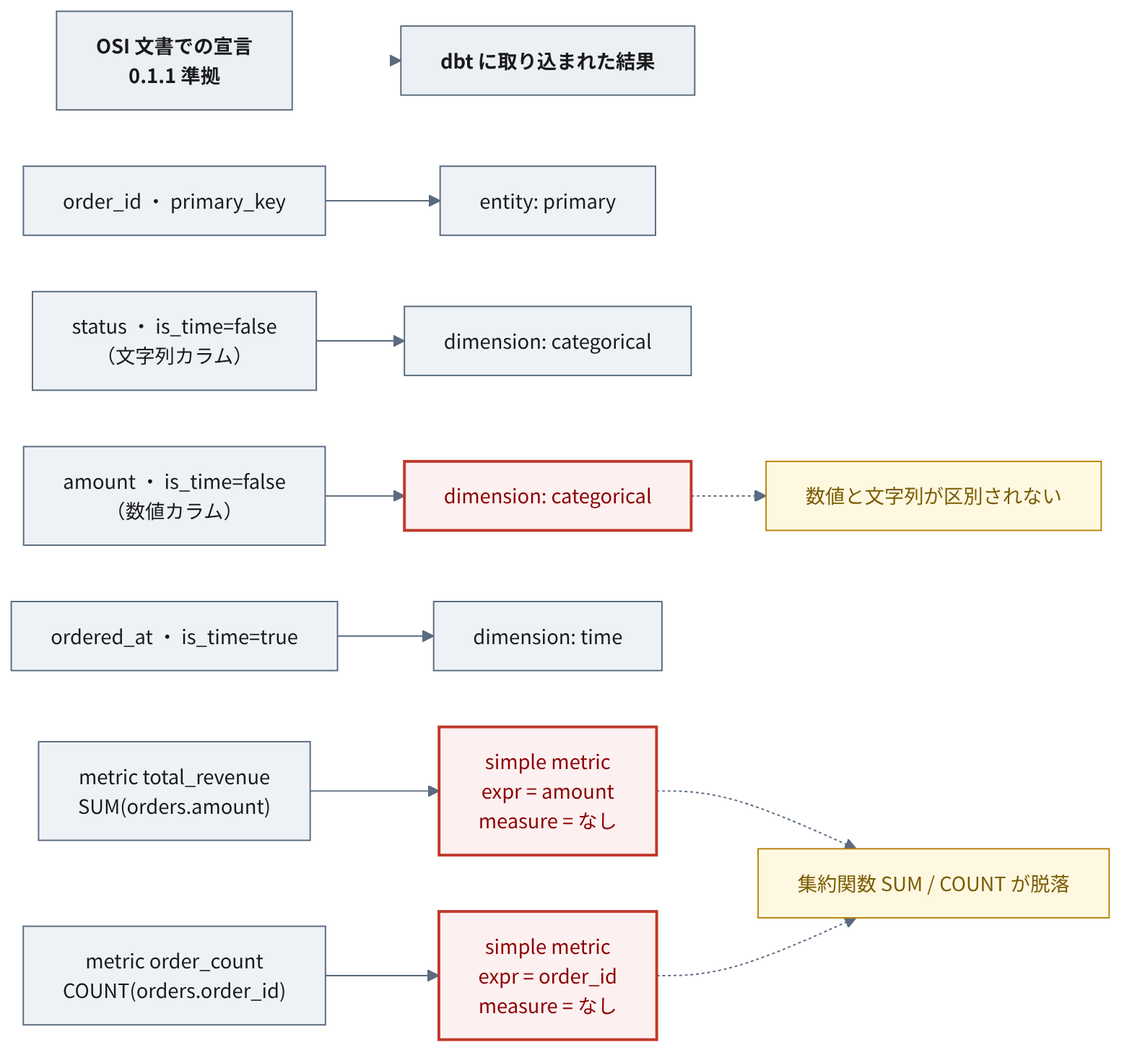
Before: report/diagrams/03-semantic-loss.png, a diagram exported from Mermaid (dobachi/ossie-playground). Its source is kept beside it as report/diagrams/03-semantic-loss.mmd. Its diagram source:
```mermaid
flowchart LR
    H1["OSI 文書での宣言<br/>0.1.1 準拠"]:::hdr
    H2["dbt に取り込まれた結果"]:::hdr
    H1 --> H2

    O1["order_id ・ primary_key"] --> D1["entity: primary"]
    O2["status ・ is_time=false<br/>（文字列カラム）"] --> D2["dimension: categorical"]
    O3["amount ・ is_time=false<br/>（数値カラム）"] --> D3["dimension: categorical"]
    O4["ordered_at ・ is_time=true"] --> D4["dimension: time"]
    O5["metric total_revenue<br/>SUM(orders.amount)"] --> D5["simple metric<br/>expr = amount<br/>measure = なし"]
    O6["metric order_count<br/>COUNT(orders.order_id)"] --> D6["simple metric<br/>expr = order_id<br/>measure = なし"]

    D3 -.-> N1["数値と文字列が区別されない"]
    D5 -.-> N2["集約関数 SUM / COUNT が脱落"]
    D6 -.-> N2

    classDef hdr fill:#eceff4,stroke:#5b6b7f,font-weight:bold
    classDef lost fill:#fdf0f0,stroke:#c0392b,stroke-width:2px,color:#8b0000
    classDef note fill:#fff8e1,stroke:#b8860b,color:#7a5c00
    class D3,D5,D6 lost
    class N1,N2 note
    linkStyle 0 stroke-width:0px
```
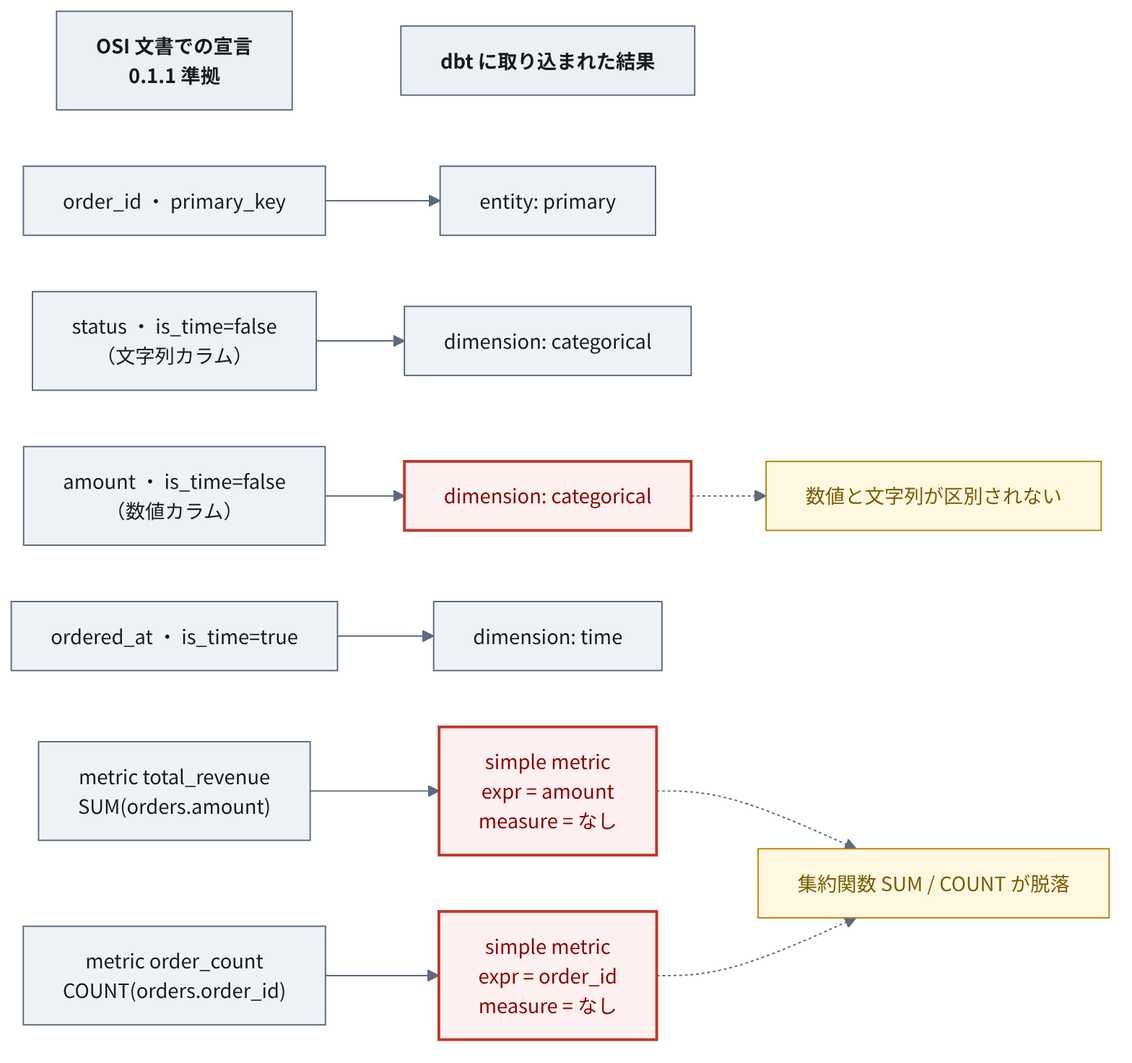
Later version of the same file.

Commit message:
図7.2: ヘッダー行の矢印を不可視リンクに修正

列見出しの H1→H2 を stroke-width:0 で隠していたが、矢頭だけが宙に残っていた。
mermaid の不可視リンク構文 ~~~ に置換し、線・矢頭とも描画されないようにした。

Diff of the diagram source:
```diff
@@ -1,7 +1,7 @@
 flowchart LR
     H1["OSI 文書での宣言<br/>0.1.1 準拠"]:::hdr
     H2["dbt に取り込まれた結果"]:::hdr
-    H1 --> H2
+    H1 ~~~ H2
 
     O1["order_id ・ primary_key"] --> D1["entity: primary"]
     O2["status ・ is_time=false<br/>（文字列カラム）"] --> D2["dimension: categorical"]
@@ -19,4 +19,3 @@
     classDef note fill:#fff8e1,stroke:#b8860b,color:#7a5c00
     class D3,D5,D6 lost
     class N1,N2 note
-    linkStyle 0 stroke-width:0px
```
